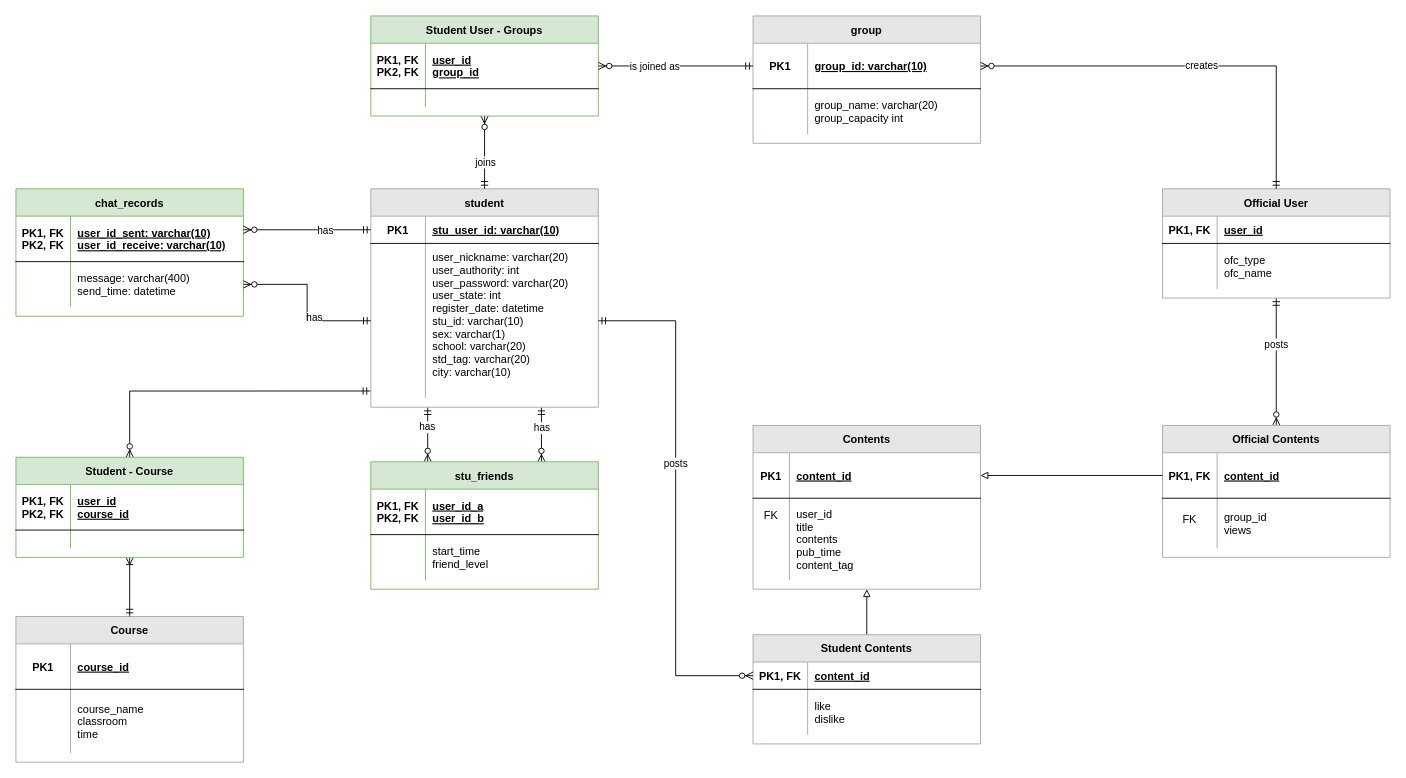
Earlier version of the draw.io diagram Database Schema Diagram.drawio (LeoHolmes416/Code-Symphony). Source tidied: cells renumbered, new cells numbered last; positions are measured from the earlier drawing's top-left corner, leaving out a move shared by most shapes. Both pictures are drawn from the tidied source at 91%, with x=0, y=0 at pixel (15, 15).
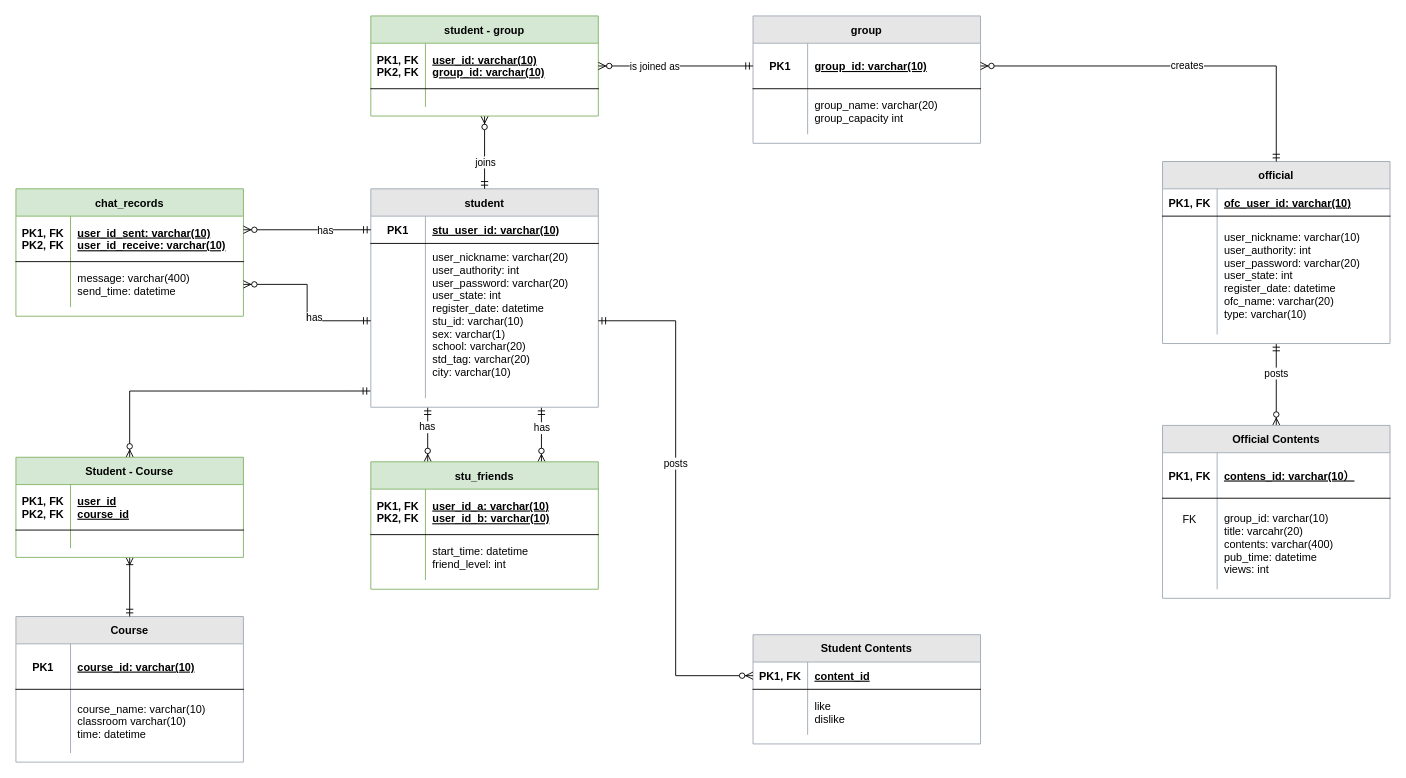
The same diagram, later.

The change refers to these unchanged cells:
```xml
<mxCell id="16" style="shape=partialRectangle;fillColor=none;top=0;left=0;right=0;bottom=1;" parent="15" vertex="1">
  <mxGeometry y="30" width="250" height="30" as="geometry" />
</mxCell>
<mxCell id="23" style="shape=partialRectangle;fillColor=none;top=0;left=0;right=0;bottom=1;" parent="22" vertex="1">
  <mxGeometry y="30" width="250" height="50" as="geometry" />
</mxCell>
<mxCell id="26" style="shape=partialRectangle;fillColor=none;top=0;left=0;right=0;bottom=0;" parent="22" vertex="1">
  <mxGeometry y="80" width="250" height="50" as="geometry" />
</mxCell>
<mxCell id="44" value="Student Contents" style="shape=table;startSize=30;childLayout=tableLayout;rowLines=0;fontStyle=1;align=center;swimlaneFillColor=#ffffff;strokeColor=#A0A9B5;fillColor=#E6E6E6;" parent="1" vertex="1">
  <mxGeometry x="810" y="680" width="250" height="120" as="geometry" />
</mxCell>
<mxCell id="52" style="shape=partialRectangle;fillColor=none;points=[[0,0.5],[1,0.5]];portConstraint=eastwest;top=0;left=0;right=0;bottom=1;" parent="51" vertex="1">
  <mxGeometry y="30" width="250" height="50" as="geometry" />
</mxCell>
<mxCell id="63" style="shape=partialRectangle;fillColor=none;points=[[0,0.5],[1,0.5]];portConstraint=eastwest;top=0;left=0;right=0;bottom=1;" parent="62" vertex="1">
  <mxGeometry y="30" width="250" height="50" as="geometry" />
</mxCell>
<mxCell id="80" style="shape=partialRectangle;fillColor=none;top=0;left=0;right=0;bottom=1;" parent="79" vertex="1">
  <mxGeometry y="30" width="250" height="50" as="geometry" />
</mxCell>
<mxCell id="83" style="shape=partialRectangle;fillColor=none;top=0;left=0;right=0;bottom=0;" parent="79" vertex="1">
  <mxGeometry y="80" width="250" height="70" as="geometry" />
</mxCell>
```

What changed in the source:
```diff
@@
-    <mxCell id="15" value="Official User" style="shape=table;startSize=30;childLayout=tableLayout;rowLines=0;fontStyle=1;align=center;swimlaneFillColor=#ffffff;strokeColor=#A0A9B5;fillColor=#E6E6E6;" parent="1" vertex="1">
-      <mxGeometry x="1260" y="190" width="250" height="120" as="geometry" />
+    <mxCell id="15" value="official" style="shape=table;startSize=30;childLayout=tableLayout;rowLines=0;fontStyle=1;align=center;swimlaneFillColor=#ffffff;strokeColor=#A0A9B5;fillColor=#E6E6E6;" parent="1" vertex="1">
+      <mxGeometry x="1260" y="160" width="250" height="200" as="geometry" />
     </mxCell>
@@
-    <mxCell id="18" value="user_id" style="shape=partialRectangle;overflow=hidden;fillColor=none;top=0;left=0;bottom=0;right=0;align=left;spacingLeft=6;fontStyle=5;" parent="16" vertex="1">
+    <mxCell id="18" value="ofc_user_id: varchar(10)" style="shape=partialRectangle;overflow=hidden;fillColor=none;top=0;left=0;bottom=0;right=0;align=left;spacingLeft=6;fontStyle=5;" parent="16" vertex="1">
       <mxGeometry x="60" width="190" height="30" as="geometry" />
     </mxCell>
     <mxCell id="19" style="shape=partialRectangle;fillColor=none;top=0;left=0;right=0;bottom=0;" parent="15" vertex="1">
-      <mxGeometry y="60" width="250" height="50" as="geometry" />
+      <mxGeometry y="60" width="250" height="130" as="geometry" />
     </mxCell>
     <mxCell id="20" style="shape=partialRectangle;overflow=hidden;fillColor=none;top=0;left=0;bottom=0;right=0;" parent="19" vertex="1">
-      <mxGeometry width="60" height="50" as="geometry" />
+      <mxGeometry width="60" height="130" as="geometry" />
     </mxCell>
-    <mxCell id="21" value="ofc_type&#10;ofc_name" style="shape=partialRectangle;overflow=hidden;fillColor=none;top=0;left=0;bottom=0;right=0;align=left;spacingLeft=6;" parent="19" vertex="1">
-      <mxGeometry x="60" width="190" height="50" as="geometry" />
+    <mxCell id="21" value="user_nickname: varchar(10) &#10;user_authority: int&#10;user_password: varchar(20)&#10;user_state: int&#10;register_date: datetime&#10;ofc_name: varchar(20)&#10;type: varchar(10)" style="shape=partialRectangle;overflow=hidden;fillColor=none;top=0;left=0;bottom=0;right=0;align=left;spacingLeft=6;" parent="19" vertex="1">
+      <mxGeometry x="60" width="190" height="130" as="geometry" />
     </mxCell>
@@
-    <mxCell id="25" value="user_id_a&#10;user_id_b" style="shape=partialRectangle;overflow=hidden;fillColor=none;top=0;left=0;bottom=0;right=0;align=left;spacingLeft=6;fontStyle=5;" parent="23" vertex="1">
+    <mxCell id="25" value="user_id_a: varchar(10)&#10;user_id_b: varchar(10)" style="shape=partialRectangle;overflow=hidden;fillColor=none;top=0;left=0;bottom=0;right=0;align=left;spacingLeft=6;fontStyle=5;" parent="23" vertex="1">
       <mxGeometry x="60" width="190" height="50" as="geometry" />
     </mxCell>
@@
-    <mxCell id="28" value="start_time&#10;friend_level" style="shape=partialRectangle;overflow=hidden;fillColor=none;top=0;left=0;bottom=0;right=0;align=left;spacingLeft=6;" parent="26" vertex="1">
+    <mxCell id="28" value="start_time: datetime&#10;friend_level: int" style="shape=partialRectangle;overflow=hidden;fillColor=none;top=0;left=0;bottom=0;right=0;align=left;spacingLeft=6;" parent="26" vertex="1">
       <mxGeometry x="60" width="190" height="50" as="geometry" />
     </mxCell>
@@
-    <mxCell id="36" value="Contents" style="shape=table;startSize=30;childLayout=tableLayout;rowLines=0;fontStyle=1;align=center;swimlaneFillColor=#ffffff;strokeColor=#A0A9B5;fillColor=#E6E6E6;" parent="1" vertex="1">
-      <mxGeometry x="810" y="450" width="250" height="180" as="geometry" />
-    </mxCell>
-    <mxCell id="37" style="shape=partialRectangle;fillColor=none;points=[[0,0.5],[1,0.5]];portConstraint=eastwest;top=0;left=0;right=0;bottom=1;" parent="36" vertex="1">
-      <mxGeometry y="30" width="250" height="50" as="geometry" />
-    </mxCell>
-    <mxCell id="38" value="PK1" style="shape=partialRectangle;overflow=hidden;fillColor=none;top=0;left=0;bottom=0;right=0;fontStyle=1;" parent="37" vertex="1">
-      <mxGeometry width="40" height="50" as="geometry" />
-    </mxCell>
-    <mxCell id="39" value="content_id" style="shape=partialRectangle;overflow=hidden;fillColor=none;top=0;left=0;bottom=0;right=0;align=left;spacingLeft=6;fontStyle=5;" parent="37" vertex="1">
-      <mxGeometry x="40" width="210" height="50" as="geometry" />
-    </mxCell>
-    <mxCell id="40" style="shape=partialRectangle;fillColor=none;top=0;left=0;right=0;bottom=0;" parent="36" vertex="1">
-      <mxGeometry y="80" width="250" height="90" as="geometry" />
-    </mxCell>
-    <mxCell id="41" value="FK" style="shape=partialRectangle;overflow=hidden;fillColor=none;top=0;left=0;bottom=0;right=0;fontSize=12;spacingTop=-53;" parent="40" vertex="1">
-      <mxGeometry width="40" height="90" as="geometry" />
-    </mxCell>
-    <mxCell id="42" value="user_id&#10;title&#10;contents&#10;pub_time&#10;content_tag" style="shape=partialRectangle;overflow=hidden;fillColor=none;top=0;left=0;bottom=0;right=0;align=left;spacingLeft=6;" parent="40" vertex="1">
-      <mxGeometry x="40" width="210" height="90" as="geometry" />
-    </mxCell>
-    <mxCell id="43" style="edgeStyle=orthogonalEdgeStyle;rounded=0;jettySize=auto;html=1;exitX=0.5;exitY=0;exitDx=0;exitDy=0;entryX=0.5;entryY=1;entryDx=0;entryDy=0;startArrow=none;startFill=0;endArrow=block;endFill=0;" parent="1" edge="1" source="44" target="36">
-      <mxGeometry relative="1" as="geometry" />
-    </mxCell>
@@
     <mxCell id="51" value="Official Contents" style="shape=table;startSize=30;childLayout=tableLayout;rowLines=0;fontStyle=1;align=center;swimlaneFillColor=#ffffff;strokeColor=#A0A9B5;fillColor=#E6E6E6;" parent="1" vertex="1">
-      <mxGeometry x="1260" y="450" width="250" height="145" as="geometry" />
+      <mxGeometry x="1260" y="450" width="250" height="190" as="geometry" />
     </mxCell>
@@
-    <mxCell id="54" value="content_id" style="shape=partialRectangle;overflow=hidden;fillColor=none;top=0;left=0;bottom=0;right=0;align=left;spacingLeft=6;fontStyle=5;" parent="52" vertex="1">
+    <mxCell id="54" value="contens_id: varchar(10）" style="shape=partialRectangle;overflow=hidden;fillColor=none;top=0;left=0;bottom=0;right=0;align=left;spacingLeft=6;fontStyle=5;" parent="52" vertex="1">
       <mxGeometry x="60" width="190" height="50" as="geometry" />
     </mxCell>
     <mxCell id="55" style="shape=partialRectangle;fillColor=none;top=0;left=0;right=0;bottom=0;" parent="51" vertex="1">
-      <mxGeometry y="80" width="250" height="55" as="geometry" />
+      <mxGeometry y="80" width="250" height="100" as="geometry" />
     </mxCell>
     <mxCell id="56" value="FK" style="shape=partialRectangle;overflow=hidden;fillColor=none;top=0;left=0;bottom=0;right=0;verticalAlign=top;spacingTop=10;" parent="55" vertex="1">
-      <mxGeometry width="60" height="55" as="geometry" />
+      <mxGeometry width="60" height="100" as="geometry" />
     </mxCell>
-    <mxCell id="57" value="group_id&#10;views" style="shape=partialRectangle;overflow=hidden;fillColor=none;top=0;left=0;bottom=0;right=0;align=left;spacingLeft=6;" parent="55" vertex="1">
-      <mxGeometry x="60" width="190" height="55" as="geometry" />
+    <mxCell id="57" value="group_id: varchar(10)&#10;title: varcahr(20)&#10;contents: varchar(400)&#10;pub_time: datetime&#10;views: int" style="shape=partialRectangle;overflow=hidden;fillColor=none;top=0;left=0;bottom=0;right=0;align=left;spacingLeft=6;" parent="55" vertex="1">
+      <mxGeometry x="60" width="190" height="100" as="geometry" />
     </mxCell>
@@
-    <mxCell id="62" value="Student User - Groups" style="shape=table;startSize=30;childLayout=tableLayout;rowLines=0;fontStyle=1;align=center;swimlaneFillColor=#ffffff;strokeColor=#82b366;fillColor=#d5e8d4;" parent="1" vertex="1">
+    <mxCell id="62" value="student - group" style="shape=table;startSize=30;childLayout=tableLayout;rowLines=0;fontStyle=1;align=center;swimlaneFillColor=#ffffff;strokeColor=#82b366;fillColor=#d5e8d4;" parent="1" vertex="1">
       <mxGeometry x="390" width="250" height="110" as="geometry" />
     </mxCell>
@@
-    <mxCell id="65" value="user_id&#10;group_id" style="shape=partialRectangle;overflow=hidden;fillColor=none;top=0;left=0;bottom=0;right=0;align=left;spacingLeft=6;fontStyle=5;" parent="63" vertex="1">
+    <mxCell id="65" value="user_id: varchar(10)&#10;group_id: varchar(10)" style="shape=partialRectangle;overflow=hidden;fillColor=none;top=0;left=0;bottom=0;right=0;align=left;spacingLeft=6;fontStyle=5;" parent="63" vertex="1">
       <mxGeometry x="60" width="190" height="50" as="geometry" />
     </mxCell>
@@
-    <mxCell id="78" style="edgeStyle=orthogonalEdgeStyle;rounded=0;jettySize=auto;html=1;exitX=0;exitY=0.5;exitDx=0;exitDy=0;entryX=1;entryY=0.5;entryDx=0;entryDy=0;fontSize=11;startArrow=none;startFill=0;endArrow=block;endFill=0;" parent="1" edge="1" source="52" target="37">
-      <mxGeometry relative="1" as="geometry" />
-    </mxCell>
@@
-    <mxCell id="82" value="course_id" style="shape=partialRectangle;overflow=hidden;fillColor=none;top=0;left=0;bottom=0;right=0;align=left;spacingLeft=6;fontStyle=5;" parent="80" vertex="1">
+    <mxCell id="82" value="course_id: varchar(10)" style="shape=partialRectangle;overflow=hidden;fillColor=none;top=0;left=0;bottom=0;right=0;align=left;spacingLeft=6;fontStyle=5;" parent="80" vertex="1">
       <mxGeometry x="60" width="190" height="50" as="geometry" />
     </mxCell>
@@
-    <mxCell id="85" value="course_name&#10;classroom&#10;time" style="shape=partialRectangle;overflow=hidden;fillColor=none;top=0;left=0;bottom=0;right=0;align=left;spacingLeft=6;" parent="83" vertex="1">
+    <mxCell id="85" value="course_name: varchar(10)&#10;classroom varchar(10)&#10;time: datetime" style="shape=partialRectangle;overflow=hidden;fillColor=none;top=0;left=0;bottom=0;right=0;align=left;spacingLeft=6;" parent="83" vertex="1">
       <mxGeometry x="60" width="190" height="70" as="geometry" />
     </mxCell>
```
